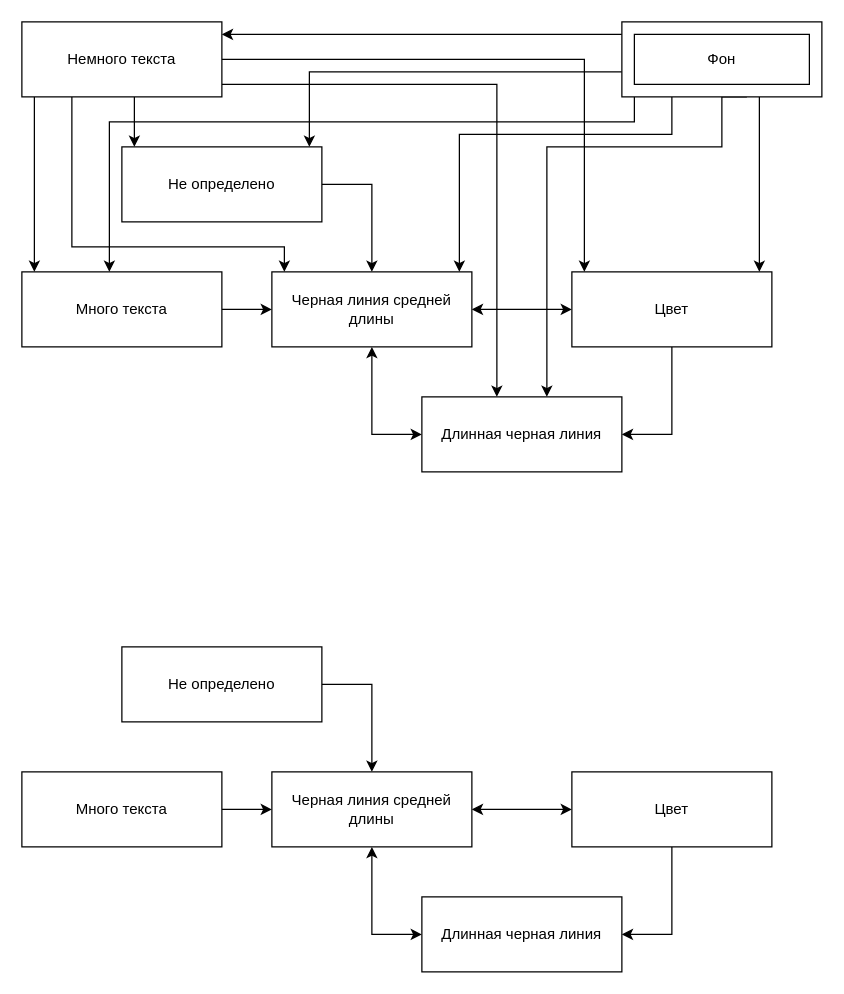
Above: diag/fsm.drawio in runebone/vkr-docs (draw.io), before the change. Source tidied: cells renumbered, new cells numbered last; positions are measured from the earlier drawing's top-left corner, leaving out a move shared by most shapes. Both pictures are drawn from the tidied source at 125%, with x=0, y=0 at pixel (21, 21).
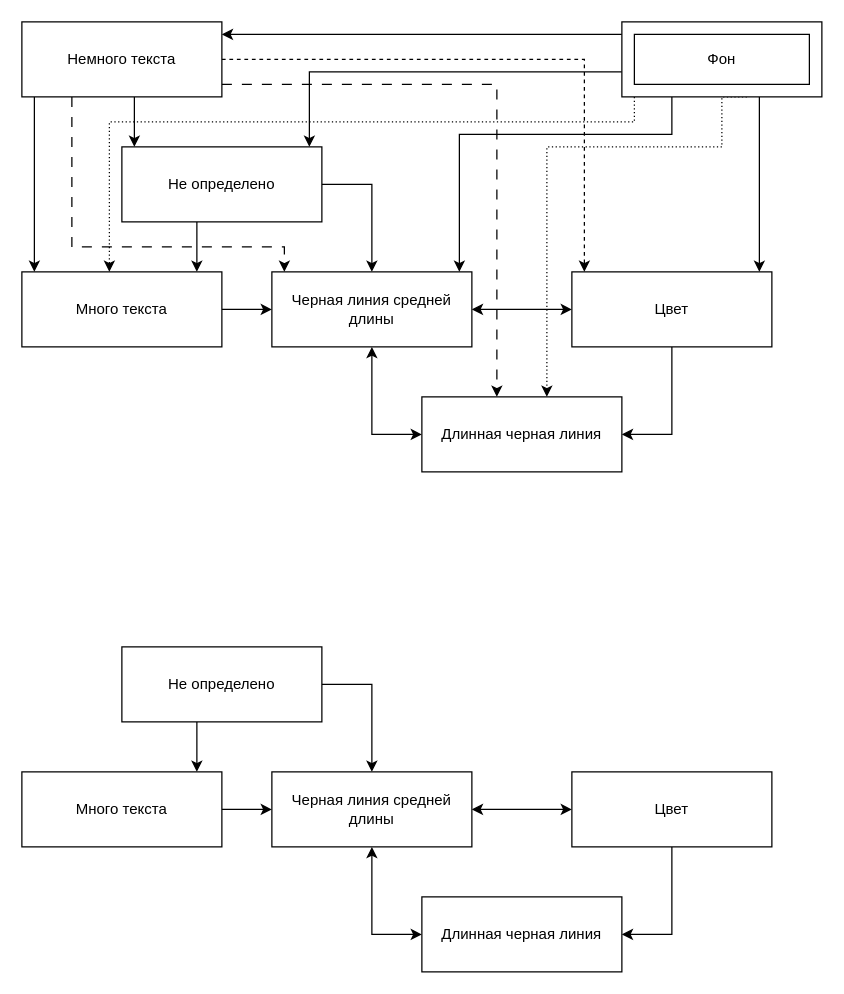
Above is the later version.

Unchanged cells that the change refers to:
```xml
<mxCell id="3" value="Не определено" style="rounded=1;whiteSpace=wrap;html=1;absoluteArcSize=1;arcSize=0;" parent="1" vertex="1">
  <mxGeometry x="80" y="100" width="160" height="60" as="geometry" />
</mxCell>
<mxCell id="6" value="Черная линия средней длины" style="rounded=1;whiteSpace=wrap;html=1;absoluteArcSize=1;arcSize=0;" parent="1" vertex="1">
  <mxGeometry x="200" y="200" width="160" height="60" as="geometry" />
</mxCell>
<mxCell id="7" value="Длинная черная линия" style="rounded=1;whiteSpace=wrap;html=1;absoluteArcSize=1;arcSize=0;" parent="1" vertex="1">
  <mxGeometry x="320" y="300" width="160" height="60" as="geometry" />
</mxCell>
<mxCell id="9" value="Много текста" style="rounded=1;whiteSpace=wrap;html=1;absoluteArcSize=1;arcSize=0;" parent="1" vertex="1">
  <mxGeometry y="200" width="160" height="60" as="geometry" />
</mxCell>
<mxCell id="11" value="Цвет" style="rounded=1;whiteSpace=wrap;html=1;absoluteArcSize=1;arcSize=0;" parent="1" vertex="1">
  <mxGeometry x="440" y="200" width="160" height="60" as="geometry" />
</mxCell>
<mxCell id="17" value="Немного текста" style="rounded=1;whiteSpace=wrap;html=1;absoluteArcSize=1;arcSize=0;" parent="1" vertex="1">
  <mxGeometry width="160" height="60" as="geometry" />
</mxCell>
<mxCell id="24" value="Фон" style="rounded=1;whiteSpace=wrap;html=1;absoluteArcSize=1;arcSize=0;" parent="1" vertex="1">
  <mxGeometry x="480" width="160" height="60" as="geometry" />
</mxCell>
<mxCell id="26" value="Не определено" style="rounded=1;whiteSpace=wrap;html=1;absoluteArcSize=1;arcSize=0;" parent="1" vertex="1">
  <mxGeometry x="80" y="500" width="160" height="60" as="geometry" />
</mxCell>
<mxCell id="32" value="Много текста" style="rounded=1;whiteSpace=wrap;html=1;absoluteArcSize=1;arcSize=0;" parent="1" vertex="1">
  <mxGeometry y="600" width="160" height="60" as="geometry" />
</mxCell>
```

Change to the diagram source:
```diff
@@
+    <mxCell id="36" style="edgeStyle=orthogonalEdgeStyle;rounded=0;jettySize=auto;html=1;" parent="1" edge="1" source="3" target="9">
+      <mxGeometry relative="1" as="geometry">
+        <Array as="points">
+          <mxPoint x="140" y="190" />
+          <mxPoint x="140" y="190" />
+        </Array>
+      </mxGeometry>
+    </mxCell>
@@
-    <mxCell id="14" style="edgeStyle=orthogonalEdgeStyle;rounded=0;jettySize=auto;html=1;" parent="1" edge="1" source="17" target="6">
+    <mxCell id="14" style="edgeStyle=orthogonalEdgeStyle;rounded=0;jettySize=auto;html=1;dashed=1;dashPattern=8 8;" parent="1" edge="1" source="17" target="6">
       <mxGeometry relative="1" as="geometry">
         <Array as="points">
           <mxPoint x="40" y="180" />
           <mxPoint x="210" y="180" />
         </Array>
       </mxGeometry>
     </mxCell>
-    <mxCell id="15" style="edgeStyle=orthogonalEdgeStyle;rounded=0;jettySize=auto;html=1;" parent="1" edge="1" source="17" target="7">
+    <mxCell id="15" style="edgeStyle=orthogonalEdgeStyle;rounded=0;jettySize=auto;html=1;dashed=1;dashPattern=8 8;" parent="1" edge="1" source="17" target="7">
       <mxGeometry relative="1" as="geometry">
         <Array as="points">
           <mxPoint x="380" y="50" />
         </Array>
       </mxGeometry>
     </mxCell>
-    <mxCell id="16" style="edgeStyle=orthogonalEdgeStyle;rounded=0;jettySize=auto;html=1;" parent="1" edge="1" source="17" target="11">
+    <mxCell id="16" style="edgeStyle=orthogonalEdgeStyle;rounded=0;jettySize=auto;html=1;dashed=1;" parent="1" edge="1" source="17" target="11">
       <mxGeometry relative="1" as="geometry">
         <Array as="points">
           <mxPoint x="450" y="30" />
         </Array>
       </mxGeometry>
     </mxCell>
@@
-    <mxCell id="20" style="edgeStyle=orthogonalEdgeStyle;rounded=0;orthogonalLoop=1;jettySize=auto;html=1;" parent="1" edge="1">
+    <mxCell id="20" style="edgeStyle=orthogonalEdgeStyle;rounded=0;orthogonalLoop=1;jettySize=auto;html=1;dashed=1;dashPattern=1 2;" parent="1" edge="1">
       <mxGeometry relative="1" as="geometry">
         <mxPoint x="580" y="60" as="sourcePoint" />
         <mxPoint x="420" y="300" as="targetPoint" />
         <Array as="points">
           <mxPoint x="560" y="60" />
           <mxPoint x="560" y="100" />
           <mxPoint x="420" y="100" />
         </Array>
       </mxGeometry>
     </mxCell>
-    <mxCell id="21" style="edgeStyle=orthogonalEdgeStyle;rounded=0;jettySize=auto;html=1;" parent="1" edge="1" source="24" target="9">
+    <mxCell id="21" style="edgeStyle=orthogonalEdgeStyle;rounded=0;jettySize=auto;html=1;dashed=1;dashPattern=1 2;" parent="1" edge="1" source="24" target="9">
       <mxGeometry relative="1" as="geometry">
         <Array as="points">
           <mxPoint x="490" y="80" />
           <mxPoint x="70" y="80" />
         </Array>
       </mxGeometry>
     </mxCell>
@@
+    <mxCell id="37" style="edgeStyle=orthogonalEdgeStyle;rounded=0;jettySize=auto;html=1;" parent="1" edge="1" source="26" target="32">
+      <mxGeometry relative="1" as="geometry">
+        <Array as="points">
+          <mxPoint x="140" y="570" />
+          <mxPoint x="140" y="570" />
+        </Array>
+      </mxGeometry>
+    </mxCell>
```
